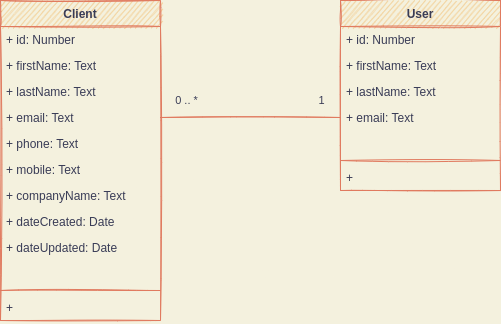
josayko-courses/epic_events_CRM keeps this draw.io diagram as Conceptual_Data_Model.drawio.png. Above is the earlier version. Source tidied: cells renumbered, new cells last; positions are measured from the earlier drawing's top-left corner, leaving out a move shared by most shapes.
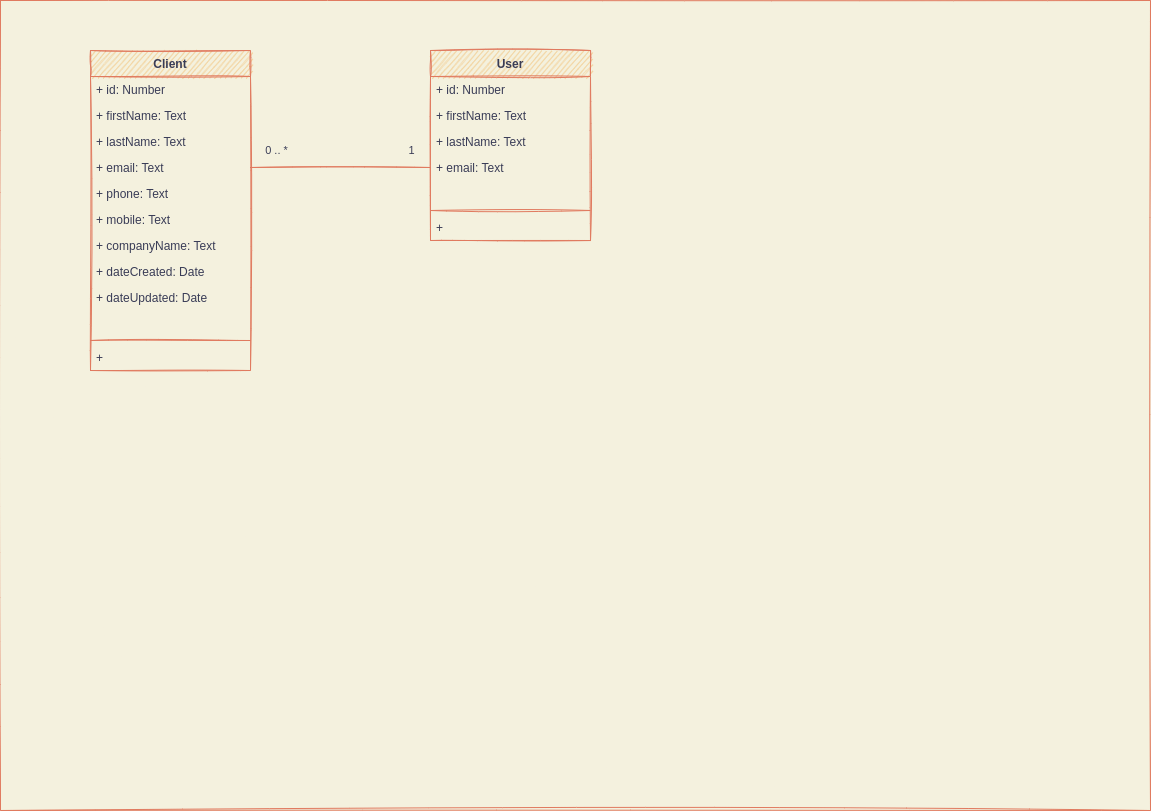
Above is the later version.

Diff of the diagram source:
```diff
@@ -1,7 +1,7 @@
 <mxGraphModel background="#F4F1DE">
   <root>
     <mxCell id="0" />
-    <mxCell id="1" parent="0" />
+    <mxCell id="1" value="diagram" parent="0" />
     <mxCell id="2" value="Client" style="swimlane;fontStyle=1;align=center;verticalAlign=top;horizontal=1;startSize=26;sketch=1;fillColor=#F2CC8F;strokeColor=#E07A5F;fontColor=#393C56;" parent="1" vertex="1">
       <mxGeometry width="160" height="320" as="geometry" />
     </mxCell>
@@ -74,5 +74,9 @@
     <mxCell id="25" value="1" style="text;html=1;align=center;verticalAlign=middle;strokeColor=none;fillColor=none;fontSize=11;fontFamily=Helvetica;fontColor=#393C56;sketch=1;" parent="1" vertex="1">
       <mxGeometry x="311" y="90" width="20" height="20" as="geometry" />
     </mxCell>
+    <mxCell id="26" value="background" parent="0" />
+    <mxCell id="27" style="rounded=0;whiteSpace=wrap;html=1;sketch=1;fontColor=#393C56;strokeColor=#E07A5F;fillColor=none;" parent="26" vertex="1">
+      <mxGeometry x="-90" y="-50" width="1150" height="810" as="geometry" />
+    </mxCell>
   </root>
 </mxGraphModel>
```
